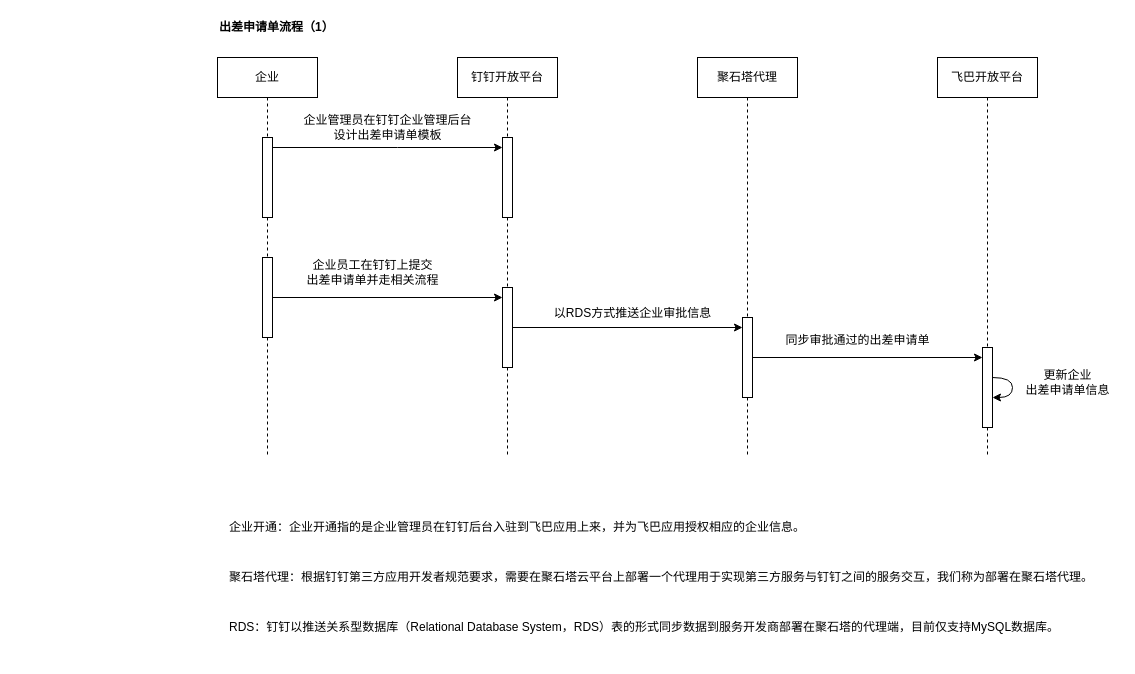
ab-doc/draw.io keeps this draw.io diagram as page "dingtalk_openapi_trip_000" (4 of 5) of src/work/flyby/present/dingtalk.drawio. Above is the earlier version. Source tidied: cells renumbered, new cells numbered last; positions are measured from the earlier drawing's top-left corner, leaving out a move shared by most shapes. Both pictures are drawn from the tidied source at 100%, with x=0, y=0 at pixel (217, 17).
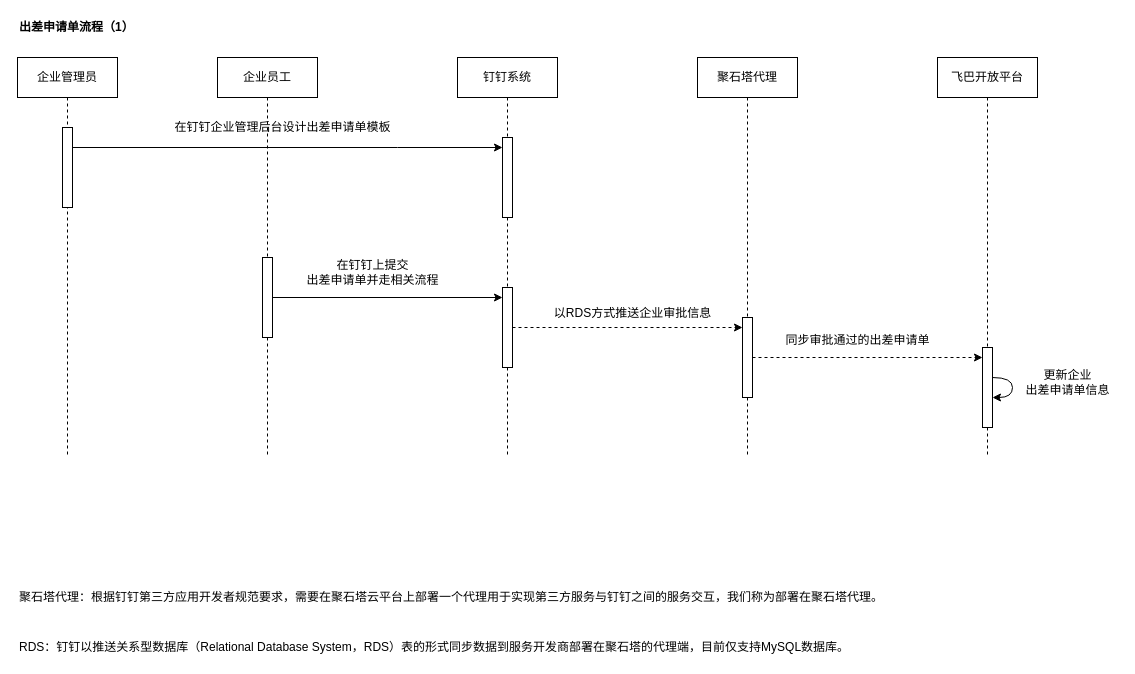
Above is the later version.

Unchanged cells that the change refers to:
```xml
<mxCell id="8" style="html=1;points=[];perimeter=orthogonalPerimeter;" parent="6" vertex="1">
  <mxGeometry x="45" y="230" width="10" height="80" as="geometry" />
</mxCell>
<mxCell id="10" style="html=1;points=[];perimeter=orthogonalPerimeter;" parent="9" vertex="1">
  <mxGeometry x="45" y="260" width="10" height="80" as="geometry" />
</mxCell>
<mxCell id="15" style="html=1;points=[];perimeter=orthogonalPerimeter;" parent="14" vertex="1">
  <mxGeometry x="45" y="290" width="10" height="80" as="geometry" />
</mxCell>
```

The edit, as a diff of the source:
```diff
@@
     <mxCell id="2" value="&lt;b&gt;出差申请单流程（1）&lt;/b&gt;" style="text;html=1;strokeColor=none;fillColor=none;align=left;verticalAlign=middle;whiteSpace=wrap;rounded=0;" parent="1" vertex="1">
-      <mxGeometry width="120" height="20" as="geometry" />
+      <mxGeometry x="-200" width="120" height="20" as="geometry" />
     </mxCell>
-    <mxCell id="3" value="企业" style="shape=umlLifeline;perimeter=lifelinePerimeter;whiteSpace=wrap;html=1;" parent="1" vertex="1">
+    <mxCell id="3" value="企业员工" style="shape=umlLifeline;perimeter=lifelinePerimeter;whiteSpace=wrap;html=1;" parent="1" vertex="1">
       <mxGeometry y="40" width="100" height="400" as="geometry" />
     </mxCell>
-    <mxCell id="4" style="html=1;points=[];perimeter=orthogonalPerimeter;" parent="3" vertex="1">
-      <mxGeometry x="45" y="80" width="10" height="80" as="geometry" />
-    </mxCell>
@@
-    <mxCell id="6" value="钉钉开放平台" style="shape=umlLifeline;perimeter=lifelinePerimeter;whiteSpace=wrap;html=1;" parent="1" vertex="1">
+    <mxCell id="6" value="钉钉系统" style="shape=umlLifeline;perimeter=lifelinePerimeter;whiteSpace=wrap;html=1;" parent="1" vertex="1">
       <mxGeometry x="240" y="40" width="100" height="400" as="geometry" />
     </mxCell>
@@
-    <mxCell id="12" value="企业管理员在钉钉企业管理后台&lt;br&gt;设计出差申请单模板" style="text;html=1;align=center;verticalAlign=middle;" parent="1" vertex="1">
-      <mxGeometry x="80" y="95" width="180" height="30" as="geometry" />
+    <mxCell id="12" value="在钉钉企业管理后台设计出差申请单模板" style="text;html=1;align=center;verticalAlign=middle;" parent="1" vertex="1">
+      <mxGeometry x="-50" y="100" width="230" height="20" as="geometry" />
     </mxCell>
@@
-    <mxCell id="19" value="企业开通：企业开通指的是企业管理员在钉钉后台入驻到飞巴应用上来，并为飞巴应用授权相应的企业信息。" style="text;html=1;align=left;verticalAlign=middle;" parent="1" vertex="1">
-      <mxGeometry x="10" y="500" width="590" height="20" as="geometry" />
-    </mxCell>
     <mxCell id="20" value="聚石塔代理：根据钉钉第三方应用开发者规范要求，需要在聚石塔云平台上部署一个代理用于实现第三方服务与钉钉之间的服务交互，我们称为部署在聚石塔代理。" style="text;html=1;align=left;verticalAlign=middle;" parent="1" vertex="1">
-      <mxGeometry x="10" y="550" width="880" height="20" as="geometry" />
+      <mxGeometry x="-200" y="570" width="880" height="20" as="geometry" />
     </mxCell>
     <mxCell id="21" value="RDS：钉钉以推送关系型数据库（Relational Database System，RDS）表的形式同步数据到服务开发商部署在聚石塔的代理端，目前仅支持MySQL数据库。" style="text;html=1;align=left;verticalAlign=middle;" parent="1" vertex="1">
-      <mxGeometry x="10" y="600" width="850" height="20" as="geometry" />
+      <mxGeometry x="-200" y="620" width="850" height="20" as="geometry" />
     </mxCell>
-    <mxCell id="22" value="企业员工在钉钉上提交&lt;br&gt;出差申请单并走相关流程" style="text;html=1;align=center;verticalAlign=middle;" parent="1" vertex="1">
+    <mxCell id="22" value="在钉钉上提交&lt;br&gt;出差申请单并走相关流程" style="text;html=1;align=center;verticalAlign=middle;" parent="1" vertex="1">
       <mxGeometry x="80" y="240" width="150" height="30" as="geometry" />
     </mxCell>
@@
-    <mxCell id="24" style="edgeStyle=none;rounded=0;jettySize=auto;html=1;" parent="1" edge="1" source="8" target="10">
+    <mxCell id="24" style="edgeStyle=none;rounded=0;jettySize=auto;html=1;dashed=1;" parent="1" edge="1" source="8" target="10">
       <mxGeometry relative="1" as="geometry" />
     </mxCell>
-    <mxCell id="25" style="edgeStyle=none;rounded=0;jettySize=auto;html=1;" parent="1" edge="1" source="10" target="15">
+    <mxCell id="25" style="edgeStyle=none;rounded=0;jettySize=auto;html=1;dashed=1;" parent="1" edge="1" source="10" target="15">
       <mxGeometry relative="1" as="geometry" />
     </mxCell>
+    <mxCell id="26" value="企业管理员" style="shape=umlLifeline;perimeter=lifelinePerimeter;whiteSpace=wrap;html=1;" parent="1" vertex="1">
+      <mxGeometry x="-200" y="40" width="100" height="400" as="geometry" />
+    </mxCell>
+    <mxCell id="4" style="html=1;points=[];perimeter=orthogonalPerimeter;" parent="26" vertex="1">
+      <mxGeometry x="45" y="70" width="10" height="80" as="geometry" />
+    </mxCell>
```
